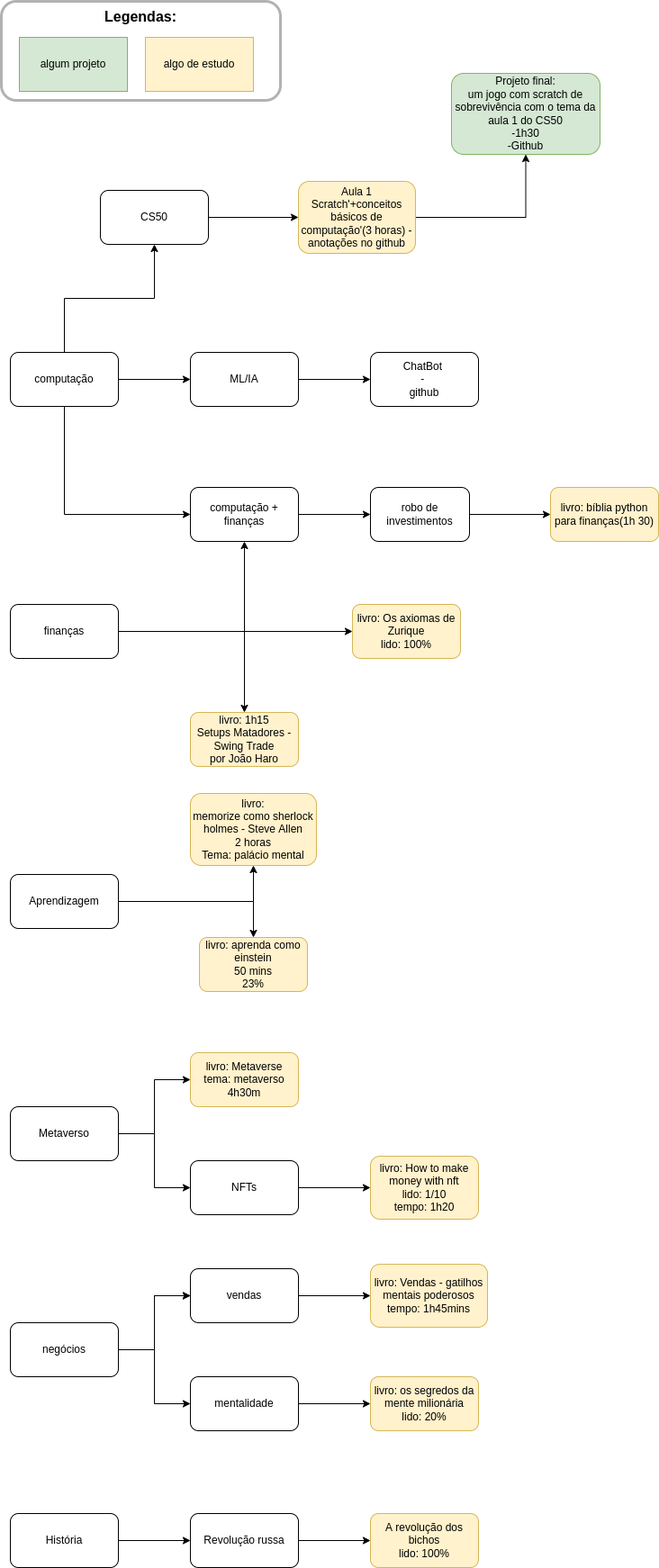
gu-nog/my-studies keeps this draw.io diagram as mystudies.drawio.png. Above is the earlier version. Source tidied: cells renumbered, new cells last; positions are measured from the earlier drawing's top-left corner, leaving out a move shared by most shapes.
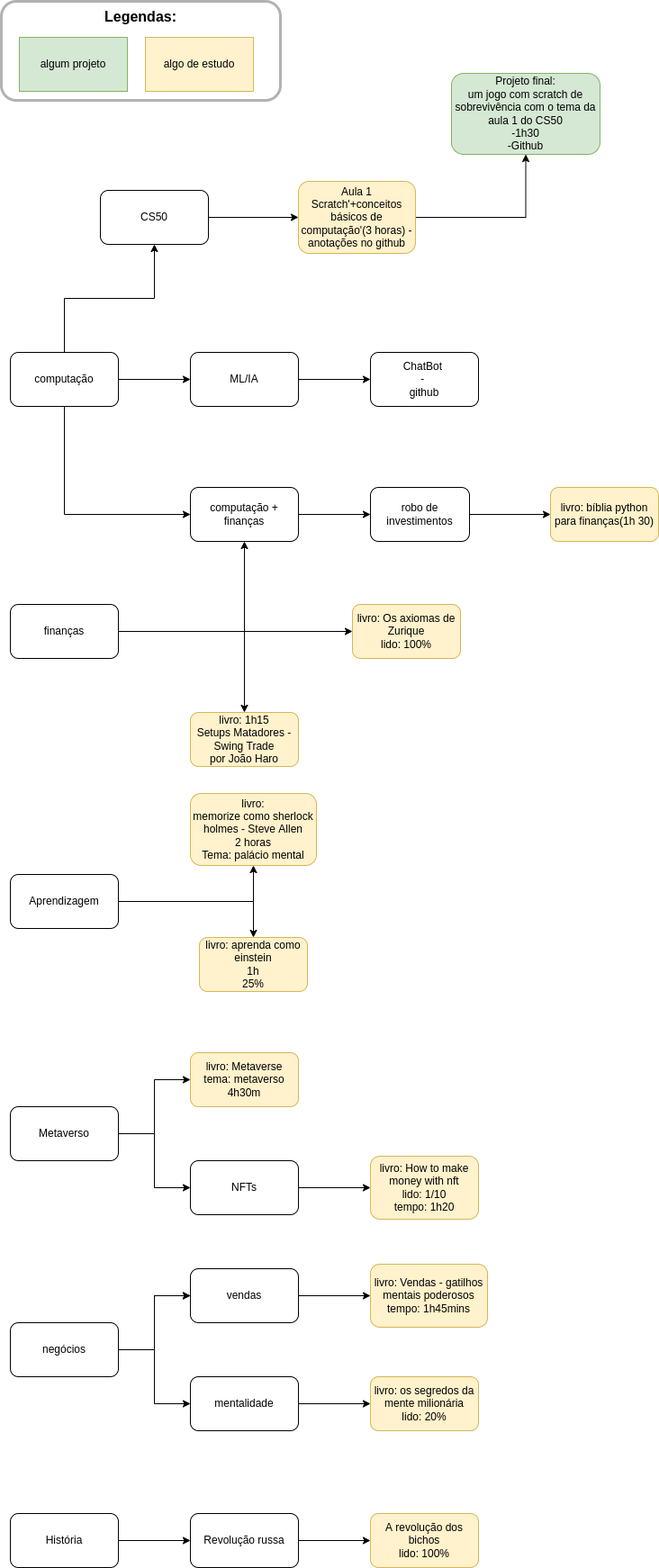
Above is the later version.

Change to the diagram source:
```diff
@@ -134,7 +134,7 @@
     <mxCell id="42" value="livro: How to make money with nft&lt;br&gt;lido: 1/10&lt;br&gt;tempo: 1h20" style="rounded=1;whiteSpace=wrap;html=1;fillColor=#fff2cc;strokeColor=#d6b656;" parent="1" vertex="1">
       <mxGeometry x="410" y="1283" width="120" height="70" as="geometry" />
     </mxCell>
-    <mxCell id="43" value="livro: aprenda como einstein&lt;br&gt;50 mins&lt;br&gt;23%" style="whiteSpace=wrap;html=1;rounded=1;fillColor=#fff2cc;strokeColor=#d6b656;" parent="1" vertex="1">
+    <mxCell id="43" value="livro: aprenda como einstein&lt;br&gt;1h&lt;br&gt;25%" style="whiteSpace=wrap;html=1;rounded=1;fillColor=#fff2cc;strokeColor=#d6b656;" parent="1" vertex="1">
       <mxGeometry x="220" y="1040" width="120" height="60" as="geometry" />
     </mxCell>
     <mxCell id="44" style="endArrow=classic;html=1;rounded=0;exitX=1;exitY=0.5;exitDx=0;exitDy=0;" parent="1" edge="1" source="11">
```
